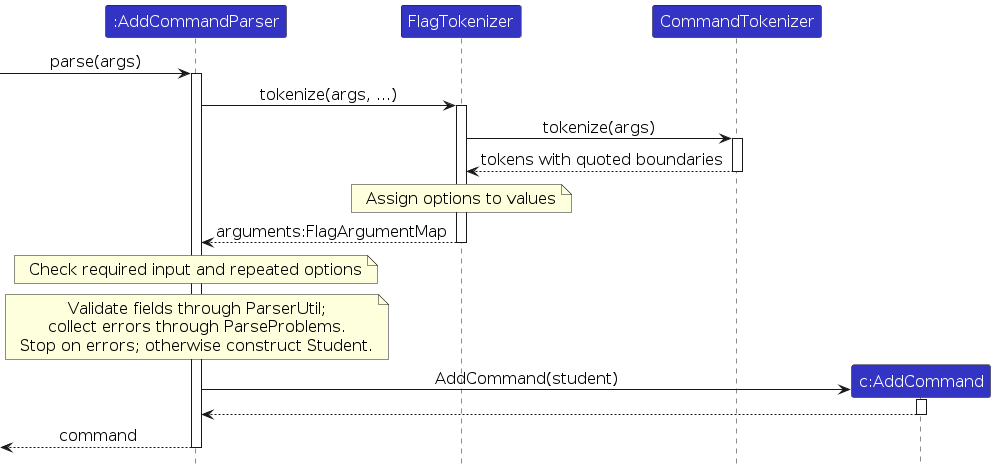
The PlantUML diagram diagrams/CommandArgumentParsing.png in AY2627S1-CS2103T-T16-1/tp, before a commit. Its source is kept beside it as diagrams/CommandArgumentParsing.puml.
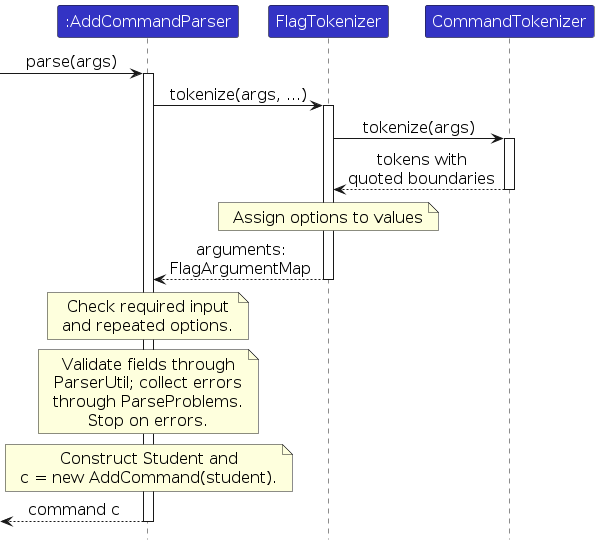
Later version of the same file.

What changed in the source:
```diff
@@ -6,7 +6,6 @@
 participant ":AddCommandParser" as parser LOGIC_COLOR
 participant "FlagTokenizer" as flags LOGIC_COLOR
 participant "CommandTokenizer" as tokens LOGIC_COLOR
-participant "c:AddCommand" as command LOGIC_COLOR
 
 [-> parser : parse(args)
 activate parser
@@ -14,22 +13,25 @@
 activate flags
 flags -> tokens : tokenize(args)
 activate tokens
-tokens --> flags : tokens with quoted boundaries
+tokens --> flags : tokens with\nquoted boundaries
 deactivate tokens
 note over flags : Assign options to values
-flags --> parser : arguments:FlagArgumentMap
+flags --> parser : arguments:\nFlagArgumentMap
 deactivate flags
-note over parser : Check required input and repeated options
 note over parser
-  Validate fields through ParserUtil;
-  collect errors through ParseProblems.
-  Stop on errors; otherwise construct Student.
+  Check required input
+  and repeated options.
 end note
-create command
-parser -> command : AddCommand(student)
-activate command
-command --> parser
-deactivate command
-[<-- parser : command
+note over parser
+  Validate fields through
+  ParserUtil; collect errors
+  through ParseProblems.
+  Stop on errors.
+end note
+note over parser
+  Construct Student and
+  c = new AddCommand(student).
+end note
+[<-- parser : command c
 deactivate parser
 @enduml
```
